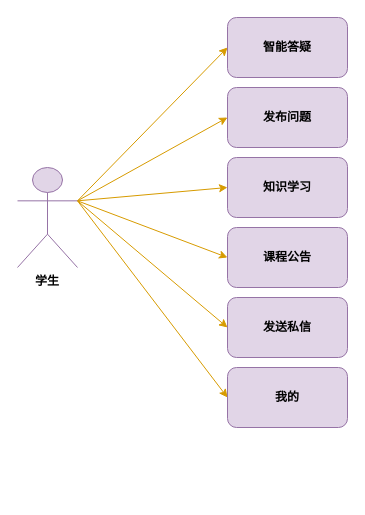
Above: 学生用例.drawio in ov0-0vo/1 (draw.io), before the change. Source tidied: cells renumbered, new cells numbered last; positions are measured from the earlier drawing's top-left corner, leaving out a move shared by most shapes. Both pictures are drawn from the tidied source at 100%, with x=0, y=0 at pixel (17, 17).
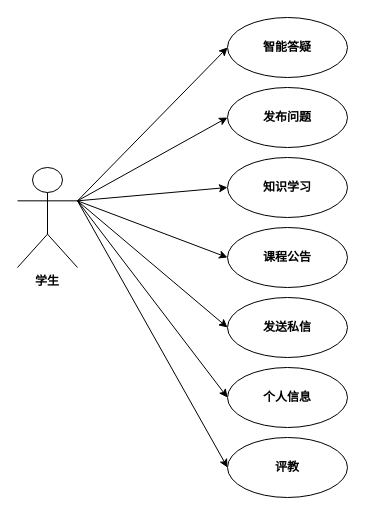
The same page after the edit.

Commit message:
更新学生用例.drawio

Diff of the diagram source:
```diff
@@
 <mxGraphModel>
   <root>
     <mxCell id="0" />
     <mxCell id="1" parent="0" />
-    <mxCell id="2" value="发布问题" style="rounded=1;whiteSpace=wrap;html=1;fillColor=#e1d5e7;strokeColor=#9673a6;fontFamily=Times New Roman;fontStyle=1;" parent="1" vertex="1">
+    <mxCell id="2" value="发布问题" style="rounded=1;whiteSpace=wrap;html=1;fontFamily=Helvetica;fontStyle=1;shape=ellipse;perimeter=ellipsePerimeter;" parent="1" vertex="1">
       <mxGeometry x="210" y="70" width="120" height="60" as="geometry" />
     </mxCell>
-    <mxCell id="3" style="rounded=0;jettySize=auto;html=1;entryX=0;entryY=0.5;entryDx=0;entryDy=0;fillColor=#ffe6cc;strokeColor=#D79B00;" parent="1" edge="1" source="9" target="2">
+    <mxCell id="3" style="rounded=0;jettySize=auto;html=1;entryX=0;entryY=0.5;entryDx=0;entryDy=0;" parent="1" edge="1" source="9" target="2">
       <mxGeometry relative="1" as="geometry" />
     </mxCell>
-    <mxCell id="4" style="edgeStyle=none;shape=connector;rounded=0;jettySize=auto;html=1;entryX=0;entryY=0.5;entryDx=0;entryDy=0;labelBackgroundColor=default;strokeColor=#d79b00;fontFamily=Helvetica;fontSize=12;fontColor=default;endArrow=classic;fillColor=#ffe6cc;exitX=1;exitY=0.3333333333333333;exitDx=0;exitDy=0;exitPerimeter=0;" parent="1" edge="1" source="9" target="10">
+    <mxCell id="4" style="edgeStyle=none;shape=connector;rounded=0;jettySize=auto;html=1;entryX=0;entryY=0.5;entryDx=0;entryDy=0;labelBackgroundColor=default;fontFamily=Helvetica;fontSize=12;fontColor=default;endArrow=classic;exitX=1;exitY=0.3333333333333333;exitDx=0;exitDy=0;exitPerimeter=0;" parent="1" edge="1" source="9" target="10">
       <mxGeometry relative="1" as="geometry" />
     </mxCell>
-    <mxCell id="5" style="edgeStyle=none;shape=connector;rounded=0;jettySize=auto;html=1;labelBackgroundColor=default;strokeColor=#d79b00;fontFamily=Helvetica;fontSize=12;fontColor=default;endArrow=classic;fillColor=#ffe6cc;entryX=0;entryY=0.5;entryDx=0;entryDy=0;exitX=1;exitY=0.3333333333333333;exitDx=0;exitDy=0;exitPerimeter=0;" parent="1" edge="1" source="9" target="11">
+    <mxCell id="5" style="edgeStyle=none;shape=connector;rounded=0;jettySize=auto;html=1;labelBackgroundColor=default;fontFamily=Helvetica;fontSize=12;fontColor=default;endArrow=classic;entryX=0;entryY=0.5;entryDx=0;entryDy=0;exitX=1;exitY=0.3333333333333333;exitDx=0;exitDy=0;exitPerimeter=0;" parent="1" edge="1" source="9" target="11">
       <mxGeometry relative="1" as="geometry" />
     </mxCell>
-    <mxCell id="6" style="edgeStyle=none;shape=connector;rounded=0;jettySize=auto;html=1;entryX=0;entryY=0.5;entryDx=0;entryDy=0;labelBackgroundColor=default;strokeColor=#d79b00;fontFamily=Helvetica;fontSize=12;fontColor=default;endArrow=classic;fillColor=#ffe6cc;exitX=1;exitY=0.3333333333333333;exitDx=0;exitDy=0;exitPerimeter=0;" parent="1" edge="1" source="9" target="12">
+    <mxCell id="6" style="edgeStyle=none;shape=connector;rounded=0;jettySize=auto;html=1;entryX=0;entryY=0.5;entryDx=0;entryDy=0;labelBackgroundColor=default;fontFamily=Helvetica;fontSize=12;fontColor=default;endArrow=classic;exitX=1;exitY=0.3333333333333333;exitDx=0;exitDy=0;exitPerimeter=0;" parent="1" edge="1" source="9" target="12">
       <mxGeometry relative="1" as="geometry" />
     </mxCell>
-    <mxCell id="7" style="edgeStyle=none;shape=connector;rounded=0;jettySize=auto;html=1;exitX=1;exitY=0.3333333333333333;exitDx=0;exitDy=0;exitPerimeter=0;entryX=0;entryY=0.5;entryDx=0;entryDy=0;labelBackgroundColor=default;strokeColor=#d79b00;fontFamily=Helvetica;fontSize=12;fontColor=default;endArrow=classic;fillColor=#ffe6cc;" parent="1" edge="1" source="9" target="14">
+    <mxCell id="7" style="edgeStyle=none;shape=connector;rounded=0;jettySize=auto;html=1;exitX=1;exitY=0.3333333333333333;exitDx=0;exitDy=0;exitPerimeter=0;entryX=0;entryY=0.5;entryDx=0;entryDy=0;labelBackgroundColor=default;fontFamily=Helvetica;fontSize=12;fontColor=default;endArrow=classic;" parent="1" edge="1" source="9" target="14">
       <mxGeometry relative="1" as="geometry" />
     </mxCell>
-    <mxCell id="8" style="edgeStyle=none;shape=connector;rounded=0;jettySize=auto;html=1;exitX=1;exitY=0.3333333333333333;exitDx=0;exitDy=0;exitPerimeter=0;entryX=0;entryY=0.5;entryDx=0;entryDy=0;labelBackgroundColor=default;strokeColor=#d79b00;fontFamily=Helvetica;fontSize=12;fontColor=default;endArrow=classic;fillColor=#ffe6cc;" parent="1" edge="1" source="9" target="13">
+    <mxCell id="8" style="edgeStyle=none;shape=connector;rounded=0;jettySize=auto;html=1;exitX=1;exitY=0.3333333333333333;exitDx=0;exitDy=0;exitPerimeter=0;entryX=0;entryY=0.5;entryDx=0;entryDy=0;labelBackgroundColor=default;fontFamily=Helvetica;fontSize=12;fontColor=default;endArrow=classic;" parent="1" edge="1" source="9" target="13">
       <mxGeometry relative="1" as="geometry" />
     </mxCell>
+    <mxCell id="15" style="edgeStyle=none;shape=connector;rounded=0;jettySize=auto;html=1;exitX=1;exitY=0.3333333333333333;exitDx=0;exitDy=0;exitPerimeter=0;entryX=0;entryY=0.5;entryDx=0;entryDy=0;labelBackgroundColor=default;strokeColor=default;fontFamily=Helvetica;fontSize=12;fontColor=default;endArrow=classic;" parent="1" edge="1" source="9" target="16">
+      <mxGeometry relative="1" as="geometry" />
+    </mxCell>
-    <mxCell id="9" value="学生" style="shape=umlActor;verticalLabelPosition=bottom;verticalAlign=top;outlineConnect=0;labelBackgroundColor=none;fillColor=#e1d5e7;strokeColor=#9673a6;fontStyle=1;strokeWidth=1;" parent="1" vertex="1">
+    <mxCell id="9" value="学生" style="shape=umlActor;verticalLabelPosition=bottom;verticalAlign=top;outlineConnect=0;labelBackgroundColor=none;fontStyle=1;strokeWidth=1;" parent="1" vertex="1">
       <mxGeometry y="150" width="60" height="100" as="geometry" />
     </mxCell>
-    <mxCell id="10" value="知识学习" style="rounded=1;whiteSpace=wrap;html=1;fillColor=#e1d5e7;strokeColor=#9673a6;fontFamily=Times New Roman;fontStyle=1;" parent="1" vertex="1">
+    <mxCell id="10" value="知识学习" style="rounded=1;whiteSpace=wrap;html=1;fontFamily=Helvetica;fontStyle=1;shape=ellipse;perimeter=ellipsePerimeter;" parent="1" vertex="1">
       <mxGeometry x="210" y="140" width="120" height="60" as="geometry" />
     </mxCell>
-    <mxCell id="11" value="课程公告" style="rounded=1;whiteSpace=wrap;html=1;fillColor=#e1d5e7;strokeColor=#9673a6;fontFamily=Times New Roman;fontStyle=1;" parent="1" vertex="1">
+    <mxCell id="11" value="课程公告" style="rounded=1;whiteSpace=wrap;html=1;fontFamily=Helvetica;fontStyle=1;shape=ellipse;perimeter=ellipsePerimeter;" parent="1" vertex="1">
       <mxGeometry x="210" y="210" width="120" height="60" as="geometry" />
     </mxCell>
-    <mxCell id="12" value="我的" style="rounded=1;whiteSpace=wrap;html=1;fillColor=#e1d5e7;strokeColor=#9673a6;fontFamily=Times New Roman;fontStyle=1;" parent="1" vertex="1">
+    <mxCell id="12" value="个人信息" style="rounded=1;whiteSpace=wrap;html=1;fontFamily=Helvetica;fontStyle=1;shape=ellipse;perimeter=ellipsePerimeter;" parent="1" vertex="1">
       <mxGeometry x="210" y="350" width="120" height="60" as="geometry" />
     </mxCell>
-    <mxCell id="13" value="发送私信" style="rounded=1;whiteSpace=wrap;html=1;fillColor=#e1d5e7;strokeColor=#9673a6;fontFamily=Times New Roman;fontStyle=1;" parent="1" vertex="1">
+    <mxCell id="13" value="发送私信" style="rounded=1;whiteSpace=wrap;html=1;fontFamily=Helvetica;fontStyle=1;shape=ellipse;perimeter=ellipsePerimeter;" parent="1" vertex="1">
       <mxGeometry x="210" y="280" width="120" height="60" as="geometry" />
     </mxCell>
-    <mxCell id="14" value="智能答疑" style="rounded=1;whiteSpace=wrap;html=1;fillColor=#e1d5e7;strokeColor=#9673a6;fontFamily=Times New Roman;fontStyle=1;" parent="1" vertex="1">
+    <mxCell id="14" value="智能答疑" style="rounded=1;whiteSpace=wrap;html=1;fontFamily=Helvetica;fontStyle=1;shape=ellipse;perimeter=ellipsePerimeter;" parent="1" vertex="1">
       <mxGeometry x="210" width="120" height="60" as="geometry" />
     </mxCell>
+    <mxCell id="16" value="评教" style="rounded=1;whiteSpace=wrap;html=1;fontFamily=Helvetica;fontStyle=1;shape=ellipse;perimeter=ellipsePerimeter;" parent="1" vertex="1">
+      <mxGeometry x="210" y="420" width="120" height="60" as="geometry" />
+    </mxCell>
   </root>
 </mxGraphModel>
```
